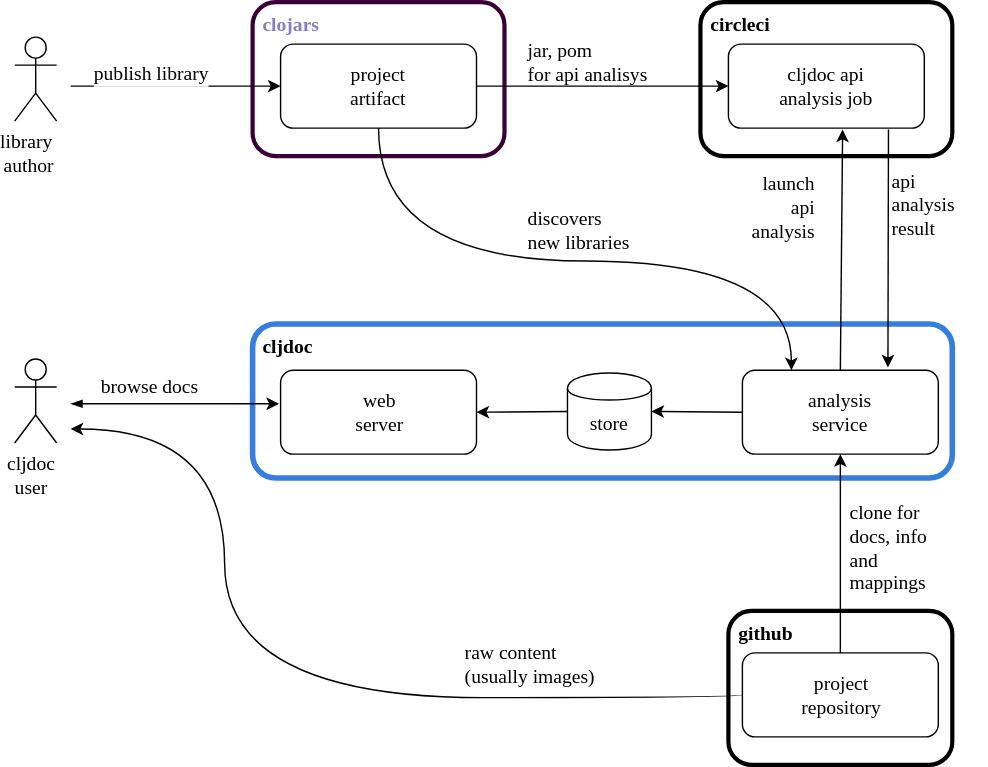
This is doc/system-overview.svg from cljdoc/cljdoc, a draw.io export, as it was before one commit. Source tidied: cells renumbered, new cells last; positions are measured from the earlier drawing's top-left corner, leaving out a move shared by most shapes. Source of this version:
```xml
<mxGraphModel>
  <root>
    <mxCell id="0" />
    <mxCell id="1" parent="0" />
    <mxCell id="2" value="library&amp;nbsp;&lt;br style=&quot;font-size: 14px;&quot;&gt;author" style="shape=umlActor;verticalLabelPosition=bottom;labelBackgroundColor=#ffffff;verticalAlign=top;html=1;fontFamily=Verdana;fontSize=14;" parent="1" vertex="1">
      <mxGeometry y="25" width="30" height="60" as="geometry" />
    </mxCell>
    <mxCell id="3" value="cljdoc&lt;br style=&quot;font-size: 14px;&quot;&gt;user" style="shape=umlActor;verticalLabelPosition=bottom;labelBackgroundColor=#ffffff;verticalAlign=top;html=1;fontFamily=Verdana;fontSize=14;" parent="1" vertex="1">
      <mxGeometry y="255" width="30" height="60" as="geometry" />
    </mxCell>
    <mxCell id="4" value="&lt;font color=&quot;#867ec4&quot;&gt;&amp;nbsp;&lt;b&gt;clojars&lt;/b&gt;&lt;/font&gt;" style="rounded=1;whiteSpace=wrap;html=1;align=left;horizontal=1;verticalAlign=top;fontFamily=Verdana;fontSize=14;fillColor=none;strokeWidth=3;strokeColor=#380036;" parent="1" vertex="1">
      <mxGeometry x="170" width="180" height="110" as="geometry" />
    </mxCell>
    <mxCell id="5" value="project&lt;br style=&quot;font-size: 14px;&quot;&gt;artifact" style="rounded=1;whiteSpace=wrap;html=1;fontFamily=Verdana;fontSize=14;" parent="1" vertex="1">
      <mxGeometry x="190" y="30" width="140" height="60" as="geometry" />
    </mxCell>
    <mxCell id="6" style="endArrow=classic;html=1;entryX=0;entryY=0.5;entryDx=0;entryDy=0;fontFamily=Verdana;fontSize=14;" parent="1" edge="1" target="5">
      <mxGeometry relative="1" as="geometry">
        <mxPoint x="40" y="60" as="sourcePoint" />
      </mxGeometry>
    </mxCell>
    <mxCell id="7" value="publish library" style="text;html=1;align=center;verticalAlign=middle;labelBackgroundColor=#ffffff;fontFamily=Verdana;fontSize=14;" parent="6" vertex="1">
      <mxGeometry x="-0.27" y="-1" relative="1" as="geometry">
        <mxPoint x="11" y="-11" as="offset" />
      </mxGeometry>
    </mxCell>
    <mxCell id="8" value="&lt;b&gt;&amp;nbsp;circleci&lt;/b&gt;" style="rounded=1;whiteSpace=wrap;html=1;align=left;horizontal=1;verticalAlign=top;fontFamily=Verdana;fontSize=14;fillColor=none;strokeWidth=3;" parent="1" vertex="1">
      <mxGeometry x="490" width="180" height="110" as="geometry" />
    </mxCell>
    <mxCell id="9" value="cljdoc api&lt;br style=&quot;font-size: 14px&quot;&gt;analysis job" style="rounded=1;whiteSpace=wrap;html=1;fontFamily=Verdana;fontSize=14;" parent="1" vertex="1">
      <mxGeometry x="510" y="30" width="140" height="60" as="geometry" />
    </mxCell>
    <mxCell id="10" style="endArrow=classic;html=1;exitX=1;exitY=0.5;exitDx=0;exitDy=0;entryX=0;entryY=0.5;entryDx=0;entryDy=0;fontFamily=Verdana;fontSize=14;" parent="1" edge="1" source="5" target="9">
      <mxGeometry relative="1" as="geometry" />
    </mxCell>
    <mxCell id="11" value="jar, pom&lt;br style=&quot;font-size: 14px;&quot;&gt;for api analisys" style="text;html=1;align=left;verticalAlign=top;spacingTop=-4;fontFamily=Verdana;fontSize=14;" parent="1" vertex="1">
      <mxGeometry x="365" y="25" width="100" height="30" as="geometry" />
    </mxCell>
    <mxCell id="12" value="&lt;b&gt;&amp;nbsp;cljdoc&lt;/b&gt;" style="rounded=1;whiteSpace=wrap;html=1;align=left;horizontal=1;verticalAlign=top;fontFamily=Verdana;fontSize=14;strokeColor=#357edd;strokeWidth=4;" parent="1" vertex="1">
      <mxGeometry x="170" y="230" width="500" height="110" as="geometry" />
    </mxCell>
    <mxCell id="13" style="endArrow=classic;html=1;fontFamily=Verdana;fontSize=14;entryX=-0.008;entryY=0.4;entryDx=0;entryDy=0;entryPerimeter=0;startArrow=blockThin;startFill=1;" parent="1" edge="1" target="14">
      <mxGeometry relative="1" as="geometry">
        <mxPoint x="40" y="287" as="sourcePoint" />
      </mxGeometry>
    </mxCell>
    <mxCell id="14" value="web&lt;br&gt;server" style="rounded=1;whiteSpace=wrap;html=1;fontFamily=Verdana;fontSize=14;" parent="1" vertex="1">
      <mxGeometry x="190" y="263" width="140" height="60" as="geometry" />
    </mxCell>
    <mxCell id="15" value="store" style="shape=cylinder;whiteSpace=wrap;html=1;boundedLbl=1;backgroundOutline=1;fontFamily=Verdana;fontSize=14;" parent="1" vertex="1">
      <mxGeometry x="395" y="265" width="60" height="55" as="geometry" />
    </mxCell>
    <mxCell id="16" value="analysis &lt;br&gt;service" style="rounded=1;whiteSpace=wrap;html=1;fontFamily=Verdana;fontSize=14;" parent="1" vertex="1">
      <mxGeometry x="520" y="263" width="140" height="60" as="geometry" />
    </mxCell>
    <mxCell id="17" style="endArrow=classic;html=1;fontFamily=Verdana;fontSize=14;exitX=0;exitY=0.5;exitDx=0;exitDy=0;entryX=1;entryY=0.5;entryDx=0;entryDy=0;" parent="1" edge="1" source="16" target="15">
      <mxGeometry relative="1" as="geometry" />
    </mxCell>
    <mxCell id="18" style="endArrow=classic;html=1;fontFamily=Verdana;fontSize=14;exitX=0;exitY=0.5;exitDx=0;exitDy=0;entryX=1;entryY=0.5;entryDx=0;entryDy=0;" parent="1" edge="1" source="15" target="14">
      <mxGeometry relative="1" as="geometry" />
    </mxCell>
    <mxCell id="19" style="endArrow=classic;html=1;fontFamily=Verdana;fontSize=14;exitX=0.5;exitY=0;exitDx=0;exitDy=0;entryX=0.583;entryY=1.017;entryDx=0;entryDy=0;entryPerimeter=0;" parent="1" edge="1" source="16" target="9">
      <mxGeometry relative="1" as="geometry" />
    </mxCell>
    <mxCell id="20" value="discovers&lt;br&gt;new libraries" style="text;html=1;align=left;verticalAlign=top;spacingTop=-4;fontSize=14;fontFamily=Verdana;" parent="1" vertex="1">
      <mxGeometry x="365" y="145" width="110" height="40" as="geometry" />
    </mxCell>
    <mxCell id="21" style="edgeStyle=orthogonalEdgeStyle;rounded=0;jettySize=auto;html=1;entryX=0.25;entryY=0;entryDx=0;entryDy=0;fontFamily=Verdana;fontSize=14;curved=1;exitX=0.5;exitY=1;exitDx=0;exitDy=0;" parent="1" edge="1" source="5" target="16">
      <mxGeometry relative="1" as="geometry">
        <Array as="points">
          <mxPoint x="260" y="185" />
          <mxPoint x="555" y="185" />
        </Array>
      </mxGeometry>
    </mxCell>
    <mxCell id="22" style="endArrow=classic;html=1;fontFamily=Verdana;fontSize=14;exitX=0.817;exitY=1.017;exitDx=0;exitDy=0;exitPerimeter=0;" parent="1" edge="1" source="9">
      <mxGeometry relative="1" as="geometry">
        <mxPoint x="624" y="261" as="targetPoint" />
      </mxGeometry>
    </mxCell>
    <mxCell id="23" value="launch&lt;br&gt;api&lt;br&gt;analysis&lt;br&gt;" style="text;html=1;align=right;verticalAlign=top;spacingTop=-4;fontSize=14;fontFamily=Verdana;" parent="1" vertex="1">
      <mxGeometry x="515" y="120" width="70" height="50" as="geometry" />
    </mxCell>
    <mxCell id="24" value="api&lt;br&gt;analysis&lt;br&gt;result" style="text;html=1;align=left;verticalAlign=top;spacingTop=-4;fontSize=14;fontFamily=Verdana;" parent="1" vertex="1">
      <mxGeometry x="625" y="117.5" width="70" height="50" as="geometry" />
    </mxCell>
    <mxCell id="25" style="endArrow=classic;html=1;fontFamily=Verdana;fontSize=14;exitX=0.5;exitY=0;exitDx=0;exitDy=0;" parent="1" edge="1" source="29" target="16">
      <mxGeometry relative="1" as="geometry" />
    </mxCell>
    <mxCell id="26" value="clone for&lt;br&gt;docs, info&lt;br&gt;and &lt;br&gt;mappings" style="text;html=1;align=left;verticalAlign=top;spacingTop=-4;fontSize=14;fontFamily=Verdana;" parent="1" vertex="1">
      <mxGeometry x="595" y="355" width="80" height="70" as="geometry" />
    </mxCell>
    <mxCell id="27" style="group;fillColor=none;strokeWidth=3;" parent="1" vertex="1">
      <mxGeometry x="510" y="435" width="160" height="110" as="geometry" />
    </mxCell>
    <mxCell id="28" value="&amp;nbsp;&lt;b&gt;github&lt;/b&gt;" style="rounded=1;whiteSpace=wrap;html=1;align=left;horizontal=1;verticalAlign=top;fontFamily=Verdana;fontSize=14;fillColor=none;strokeWidth=3;" parent="27" vertex="1">
      <mxGeometry width="160" height="110" as="geometry" />
    </mxCell>
    <mxCell id="29" value="project&lt;br&gt;repository" style="rounded=1;whiteSpace=wrap;html=1;fontFamily=Verdana;fontSize=14;" parent="27" vertex="1">
      <mxGeometry x="10" y="30" width="140" height="60" as="geometry" />
    </mxCell>
    <mxCell id="30" value="browse docs" style="text;html=1;align=left;verticalAlign=top;spacingTop=-4;fontSize=14;fontFamily=Verdana;" parent="1" vertex="1">
      <mxGeometry x="60" y="265" width="100" height="20" as="geometry" />
    </mxCell>
    <mxCell id="31" style="endArrow=classic;html=1;fontFamily=Verdana;fontSize=14;exitX=0;exitY=0.5;exitDx=0;exitDy=0;edgeStyle=orthogonalEdgeStyle;curved=1;" parent="1" edge="1" source="29">
      <mxGeometry relative="1" as="geometry">
        <mxPoint x="40" y="305" as="targetPoint" />
        <Array as="points">
          <mxPoint x="520" y="497" />
          <mxPoint x="150" y="497" />
          <mxPoint x="150" y="305" />
        </Array>
      </mxGeometry>
    </mxCell>
    <mxCell id="32" value="raw content &lt;br&gt;(usually images)" style="text;html=1;align=left;verticalAlign=top;spacingTop=-4;fontSize=14;fontFamily=Verdana;" parent="1" vertex="1">
      <mxGeometry x="320" y="455" width="130" height="40" as="geometry" />
    </mxCell>
  </root>
</mxGraphModel>
```
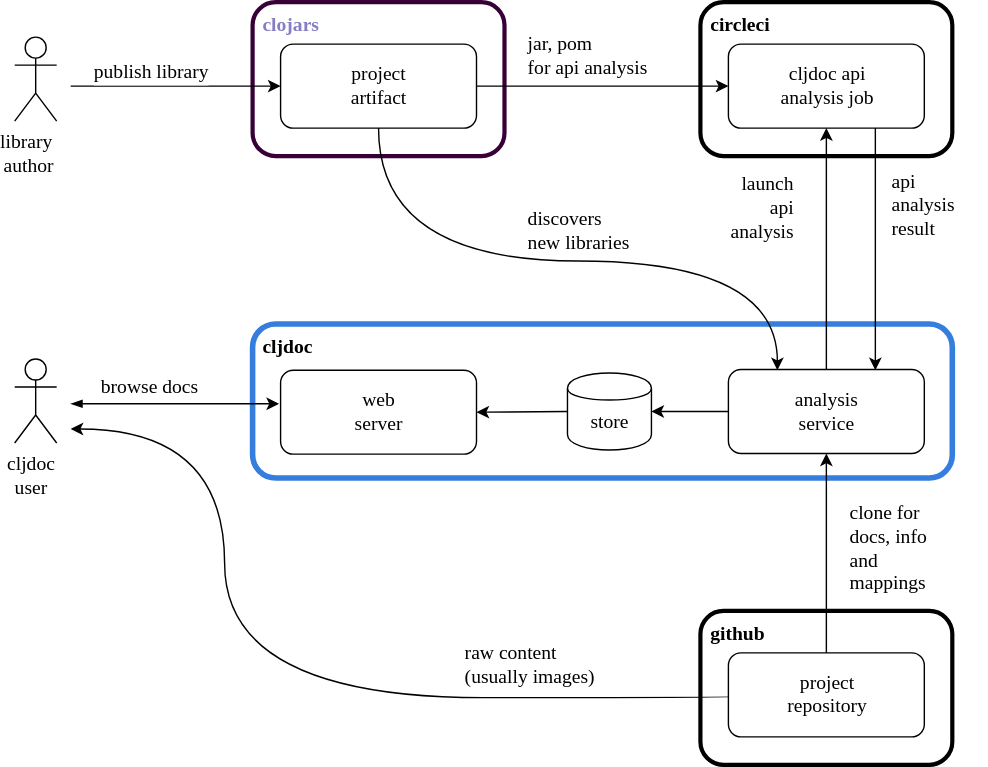
The same file after the commit.

Commit message:
Fix typo in system overview diagram

Also straighten a few lines and align a few boxes.

The edit, as a diff of the source:
```diff
@@ -33,8 +33,8 @@
     <mxCell id="10" style="endArrow=classic;html=1;exitX=1;exitY=0.5;exitDx=0;exitDy=0;entryX=0;entryY=0.5;entryDx=0;entryDy=0;fontFamily=Verdana;fontSize=14;" parent="1" edge="1" source="5" target="9">
       <mxGeometry relative="1" as="geometry" />
     </mxCell>
-    <mxCell id="11" value="jar, pom&lt;br style=&quot;font-size: 14px;&quot;&gt;for api analisys" style="text;html=1;align=left;verticalAlign=top;spacingTop=-4;fontFamily=Verdana;fontSize=14;" parent="1" vertex="1">
-      <mxGeometry x="365" y="25" width="100" height="30" as="geometry" />
+    <mxCell id="11" value="jar, pom&lt;br style=&quot;font-size: 14px&quot;&gt;for api analysis" style="text;html=1;align=left;verticalAlign=top;spacingTop=-4;fontFamily=Verdana;fontSize=14;" parent="1" vertex="1">
+      <mxGeometry x="365" y="20" width="120" height="40" as="geometry" />
     </mxCell>
     <mxCell id="12" value="&lt;b&gt;&amp;nbsp;cljdoc&lt;/b&gt;" style="rounded=1;whiteSpace=wrap;html=1;align=left;horizontal=1;verticalAlign=top;fontFamily=Verdana;fontSize=14;strokeColor=#357edd;strokeWidth=4;" parent="1" vertex="1">
       <mxGeometry x="170" y="230" width="500" height="110" as="geometry" />
@@ -50,8 +50,11 @@
     <mxCell id="15" value="store" style="shape=cylinder;whiteSpace=wrap;html=1;boundedLbl=1;backgroundOutline=1;fontFamily=Verdana;fontSize=14;" parent="1" vertex="1">
       <mxGeometry x="395" y="265" width="60" height="55" as="geometry" />
     </mxCell>
+    <mxCell id="19" style="edgeStyle=orthogonalEdgeStyle;rounded=0;jettySize=auto;html=1;exitX=0.5;exitY=0;exitDx=0;exitDy=0;entryX=0.5;entryY=1;entryDx=0;entryDy=0;" parent="1" edge="1" source="16" target="9">
+      <mxGeometry relative="1" as="geometry" />
+    </mxCell>
     <mxCell id="16" value="analysis &lt;br&gt;service" style="rounded=1;whiteSpace=wrap;html=1;fontFamily=Verdana;fontSize=14;" parent="1" vertex="1">
-      <mxGeometry x="520" y="263" width="140" height="60" as="geometry" />
+      <mxGeometry x="510" y="262.5" width="140" height="60" as="geometry" />
     </mxCell>
     <mxCell id="17" style="endArrow=classic;html=1;fontFamily=Verdana;fontSize=14;exitX=0;exitY=0.5;exitDx=0;exitDy=0;entryX=1;entryY=0.5;entryDx=0;entryDy=0;" parent="1" edge="1" source="16" target="15">
       <mxGeometry relative="1" as="geometry" />
@@ -59,9 +62,6 @@
     <mxCell id="18" style="endArrow=classic;html=1;fontFamily=Verdana;fontSize=14;exitX=0;exitY=0.5;exitDx=0;exitDy=0;entryX=1;entryY=0.5;entryDx=0;entryDy=0;" parent="1" edge="1" source="15" target="14">
       <mxGeometry relative="1" as="geometry" />
     </mxCell>
-    <mxCell id="19" style="endArrow=classic;html=1;fontFamily=Verdana;fontSize=14;exitX=0.5;exitY=0;exitDx=0;exitDy=0;entryX=0.583;entryY=1.017;entryDx=0;entryDy=0;entryPerimeter=0;" parent="1" edge="1" source="16" target="9">
-      <mxGeometry relative="1" as="geometry" />
-    </mxCell>
     <mxCell id="20" value="discovers&lt;br&gt;new libraries" style="text;html=1;align=left;verticalAlign=top;spacingTop=-4;fontSize=14;fontFamily=Verdana;" parent="1" vertex="1">
       <mxGeometry x="365" y="145" width="110" height="40" as="geometry" />
     </mxCell>
@@ -69,36 +69,19 @@
       <mxGeometry relative="1" as="geometry">
         <Array as="points">
           <mxPoint x="260" y="185" />
-          <mxPoint x="555" y="185" />
+          <mxPoint x="545" y="185" />
         </Array>
       </mxGeometry>
     </mxCell>
-    <mxCell id="22" style="endArrow=classic;html=1;fontFamily=Verdana;fontSize=14;exitX=0.817;exitY=1.017;exitDx=0;exitDy=0;exitPerimeter=0;" parent="1" edge="1" source="9">
-      <mxGeometry relative="1" as="geometry">
-        <mxPoint x="624" y="261" as="targetPoint" />
-      </mxGeometry>
-    </mxCell>
     <mxCell id="23" value="launch&lt;br&gt;api&lt;br&gt;analysis&lt;br&gt;" style="text;html=1;align=right;verticalAlign=top;spacingTop=-4;fontSize=14;fontFamily=Verdana;" parent="1" vertex="1">
-      <mxGeometry x="515" y="120" width="70" height="50" as="geometry" />
+      <mxGeometry x="500" y="120" width="70" height="50" as="geometry" />
     </mxCell>
     <mxCell id="24" value="api&lt;br&gt;analysis&lt;br&gt;result" style="text;html=1;align=left;verticalAlign=top;spacingTop=-4;fontSize=14;fontFamily=Verdana;" parent="1" vertex="1">
       <mxGeometry x="625" y="117.5" width="70" height="50" as="geometry" />
     </mxCell>
-    <mxCell id="25" style="endArrow=classic;html=1;fontFamily=Verdana;fontSize=14;exitX=0.5;exitY=0;exitDx=0;exitDy=0;" parent="1" edge="1" source="29" target="16">
-      <mxGeometry relative="1" as="geometry" />
-    </mxCell>
     <mxCell id="26" value="clone for&lt;br&gt;docs, info&lt;br&gt;and &lt;br&gt;mappings" style="text;html=1;align=left;verticalAlign=top;spacingTop=-4;fontSize=14;fontFamily=Verdana;" parent="1" vertex="1">
       <mxGeometry x="595" y="355" width="80" height="70" as="geometry" />
     </mxCell>
-    <mxCell id="27" style="group;fillColor=none;strokeWidth=3;" parent="1" vertex="1">
-      <mxGeometry x="510" y="435" width="160" height="110" as="geometry" />
-    </mxCell>
-    <mxCell id="28" value="&amp;nbsp;&lt;b&gt;github&lt;/b&gt;" style="rounded=1;whiteSpace=wrap;html=1;align=left;horizontal=1;verticalAlign=top;fontFamily=Verdana;fontSize=14;fillColor=none;strokeWidth=3;" parent="27" vertex="1">
-      <mxGeometry width="160" height="110" as="geometry" />
-    </mxCell>
-    <mxCell id="29" value="project&lt;br&gt;repository" style="rounded=1;whiteSpace=wrap;html=1;fontFamily=Verdana;fontSize=14;" parent="27" vertex="1">
-      <mxGeometry x="10" y="30" width="140" height="60" as="geometry" />
-    </mxCell>
     <mxCell id="30" value="browse docs" style="text;html=1;align=left;verticalAlign=top;spacingTop=-4;fontSize=14;fontFamily=Verdana;" parent="1" vertex="1">
       <mxGeometry x="60" y="265" width="100" height="20" as="geometry" />
     </mxCell>
@@ -115,5 +98,17 @@
     <mxCell id="32" value="raw content &lt;br&gt;(usually images)" style="text;html=1;align=left;verticalAlign=top;spacingTop=-4;fontSize=14;fontFamily=Verdana;" parent="1" vertex="1">
       <mxGeometry x="320" y="455" width="130" height="40" as="geometry" />
     </mxCell>
+    <mxCell id="28" value="&amp;nbsp;&lt;b&gt;github&lt;/b&gt;" style="rounded=1;whiteSpace=wrap;html=1;align=left;horizontal=1;verticalAlign=top;fontFamily=Verdana;fontSize=14;fillColor=none;strokeWidth=3;" parent="1" vertex="1">
+      <mxGeometry x="490" y="435" width="180" height="110" as="geometry" />
+    </mxCell>
+    <mxCell id="29" value="project&lt;br&gt;repository" style="rounded=1;whiteSpace=wrap;html=1;fontFamily=Verdana;fontSize=14;" parent="1" vertex="1">
+      <mxGeometry x="510" y="465" width="140" height="60" as="geometry" />
+    </mxCell>
+    <mxCell id="25" style="endArrow=classic;html=1;exitX=0.5;exitY=0;exitDx=0;exitDy=0;entryX=0.5;entryY=1;entryDx=0;entryDy=0;" parent="1" edge="1" source="29" target="16">
+      <mxGeometry relative="1" as="geometry" />
+    </mxCell>
+    <mxCell id="33" style="edgeStyle=orthogonalEdgeStyle;rounded=0;jettySize=auto;html=1;exitX=0.75;exitY=1;exitDx=0;exitDy=0;entryX=0.75;entryY=0;entryDx=0;entryDy=0;" parent="1" edge="1" source="9" target="16">
+      <mxGeometry relative="1" as="geometry" />
+    </mxCell>
   </root>
 </mxGraphModel>
```
